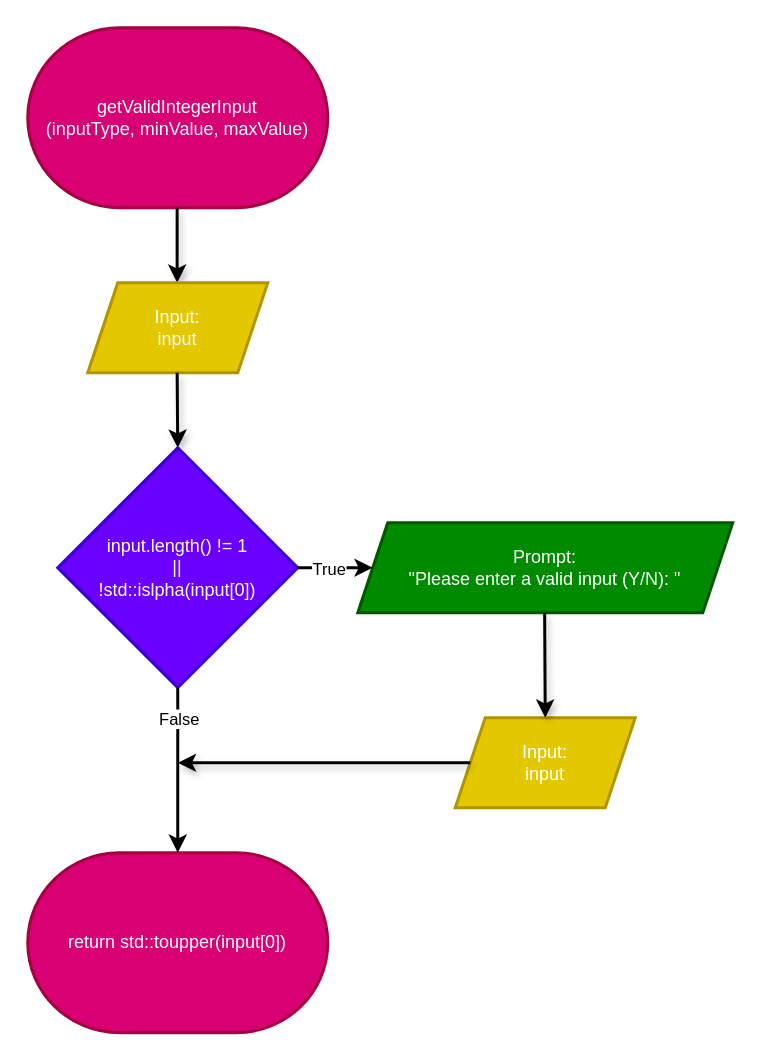
Earlier version of the draw.io diagram Flowcharts (draw.io)/07. getValidIntegerInput.drawio (shahxvi/csc126-group-project). Source tidied: cells renumbered, new cells numbered last; positions are measured from the earlier drawing's top-left corner, leaving out a move shared by most shapes. Both pictures are drawn from the tidied source at 150%, with x=0, y=0 at pixel (27, 27).
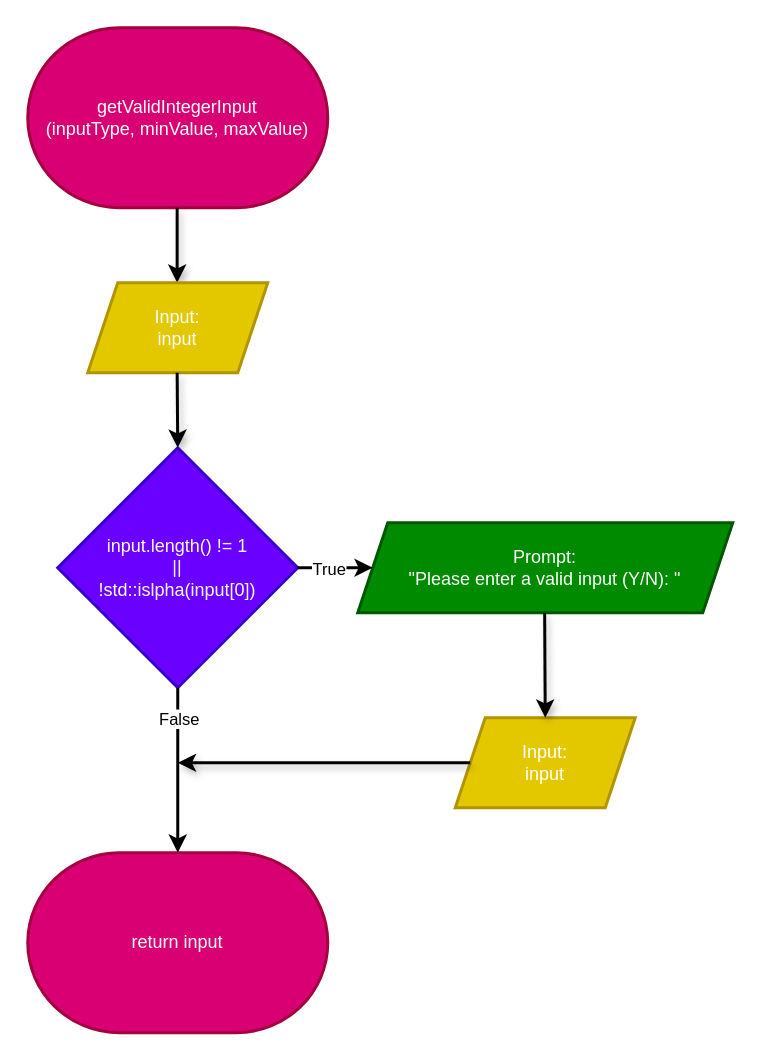
The same page after the edit.

Diff of the diagram source:
```diff
@@
-    <mxCell id="9" value="return std::toupper(input[0])" style="strokeWidth=2;html=1;shape=mxgraph.flowchart.terminator;whiteSpace=wrap;fillColor=#d80073;fontColor=#ffffff;strokeColor=#A50040;" parent="1" vertex="1">
+    <mxCell id="9" value="return input" style="strokeWidth=2;html=1;shape=mxgraph.flowchart.terminator;whiteSpace=wrap;fillColor=#d80073;fontColor=#ffffff;strokeColor=#A50040;" parent="1" vertex="1">
       <mxGeometry y="550" width="200" height="120" as="geometry" />
     </mxCell>
```
